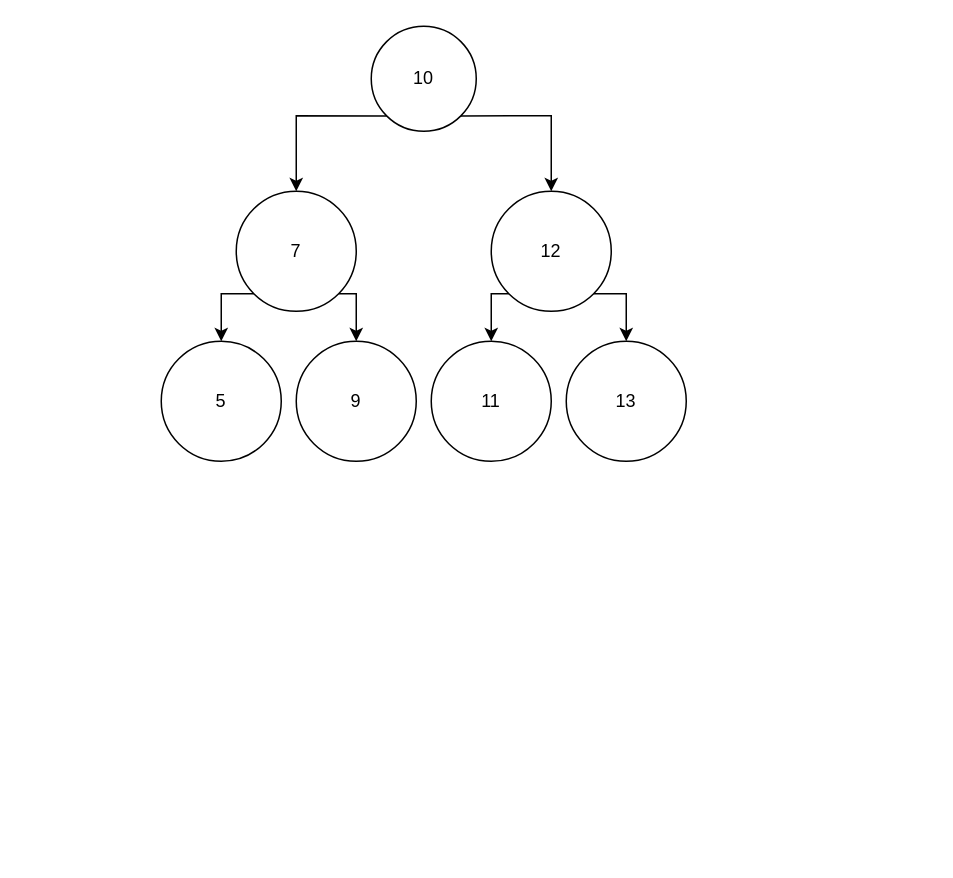
CinqueOrigin/chartBed keeps this draw.io diagram as img/tree.drawio. Above is the earlier version. Source tidied: cells renumbered, new cells numbered last; positions are measured from the earlier drawing's top-left corner, leaving out a move shared by most shapes. Both pictures are drawn from the tidied source at 150%, with x=0, y=0 at pixel (160, 26).
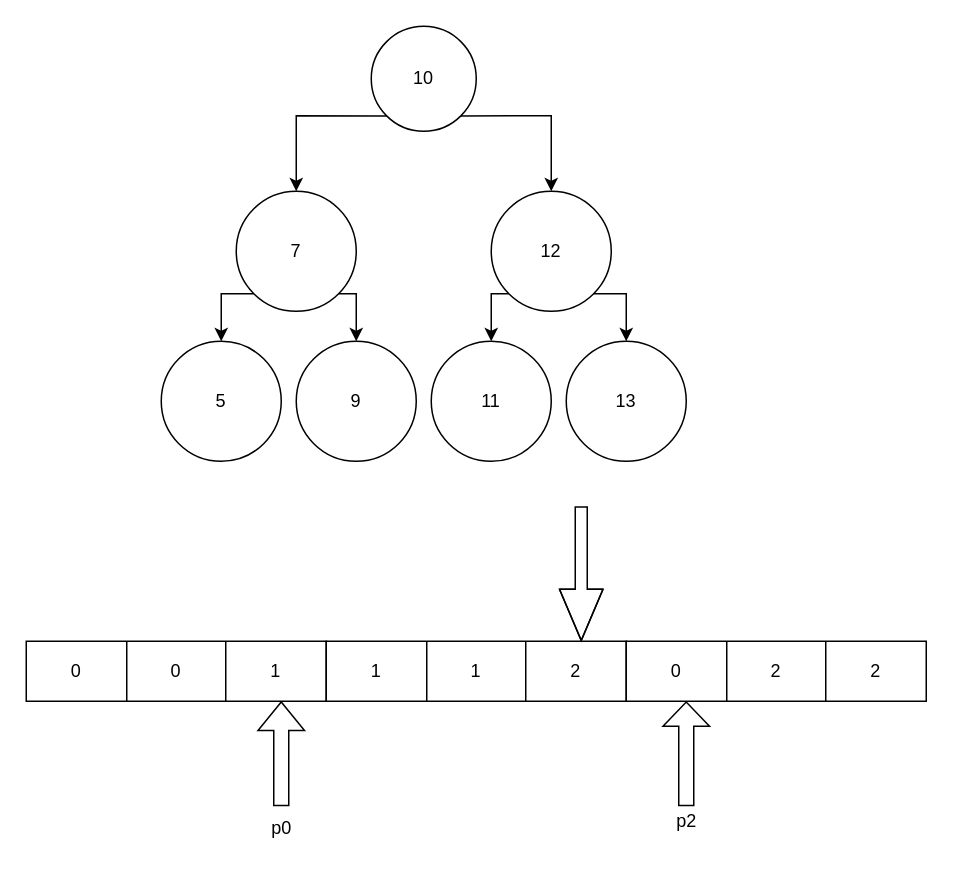
After the change.

The edit, as a diff of the source:
```diff
@@
+    <mxCell id="15" style="shape=table;html=1;whiteSpace=wrap;startSize=0;childLayout=tableLayout;" parent="1" vertex="1">
+      <mxGeometry x="-90" y="410" width="200" height="40" as="geometry" />
+    </mxCell>
+    <mxCell id="16" style="shape=tableRow;horizontal=0;startSize=0;swimlaneHead=0;swimlaneBody=0;top=0;left=0;bottom=0;right=0;fillColor=none;" parent="15" vertex="1">
+      <mxGeometry width="200" height="40" as="geometry" />
+    </mxCell>
+    <mxCell id="17" value="0" style="shape=partialRectangle;html=1;whiteSpace=wrap;fillColor=none;top=0;left=0;bottom=0;right=0;overflow=hidden;" parent="16" vertex="1">
+      <mxGeometry width="67" height="40" as="geometry" />
+    </mxCell>
+    <mxCell id="18" value="0" style="shape=partialRectangle;html=1;whiteSpace=wrap;fillColor=none;top=0;left=0;bottom=0;right=0;overflow=hidden;" parent="16" vertex="1">
+      <mxGeometry x="67" width="66" height="40" as="geometry" />
+    </mxCell>
+    <mxCell id="19" value="1" style="shape=partialRectangle;html=1;whiteSpace=wrap;fillColor=none;top=0;left=0;bottom=0;right=0;overflow=hidden;" parent="16" vertex="1">
+      <mxGeometry x="133" width="67" height="40" as="geometry" />
+    </mxCell>
+    <mxCell id="20" style="shape=table;html=1;whiteSpace=wrap;startSize=0;childLayout=tableLayout;" parent="1" vertex="1">
+      <mxGeometry x="110" y="410" width="200" height="40" as="geometry" />
+    </mxCell>
+    <mxCell id="21" style="shape=tableRow;horizontal=0;startSize=0;swimlaneHead=0;swimlaneBody=0;top=0;left=0;bottom=0;right=0;fillColor=none;" parent="20" vertex="1">
+      <mxGeometry width="200" height="40" as="geometry" />
+    </mxCell>
+    <mxCell id="22" value="1" style="shape=partialRectangle;html=1;whiteSpace=wrap;fillColor=none;top=0;left=0;bottom=0;right=0;overflow=hidden;" parent="21" vertex="1">
+      <mxGeometry width="67" height="40" as="geometry" />
+    </mxCell>
+    <mxCell id="23" value="1" style="shape=partialRectangle;html=1;whiteSpace=wrap;fillColor=none;top=0;left=0;bottom=0;right=0;overflow=hidden;" parent="21" vertex="1">
+      <mxGeometry x="67" width="66" height="40" as="geometry" />
+    </mxCell>
+    <mxCell id="24" value="2" style="shape=partialRectangle;html=1;whiteSpace=wrap;fillColor=none;top=0;left=0;bottom=0;right=0;overflow=hidden;" parent="21" vertex="1">
+      <mxGeometry x="133" width="67" height="40" as="geometry" />
+    </mxCell>
+    <mxCell id="25" style="shape=table;html=1;whiteSpace=wrap;startSize=0;childLayout=tableLayout;" parent="1" vertex="1">
+      <mxGeometry x="310" y="410" width="200" height="40" as="geometry" />
+    </mxCell>
+    <mxCell id="26" style="shape=tableRow;horizontal=0;startSize=0;swimlaneHead=0;swimlaneBody=0;top=0;left=0;bottom=0;right=0;fillColor=none;" parent="25" vertex="1">
+      <mxGeometry width="200" height="40" as="geometry" />
+    </mxCell>
+    <mxCell id="27" value="0" style="shape=partialRectangle;html=1;whiteSpace=wrap;fillColor=none;top=0;left=0;bottom=0;right=0;overflow=hidden;" parent="26" vertex="1">
+      <mxGeometry width="67" height="40" as="geometry" />
+    </mxCell>
+    <mxCell id="28" value="2" style="shape=partialRectangle;html=1;whiteSpace=wrap;fillColor=none;top=0;left=0;bottom=0;right=0;overflow=hidden;" parent="26" vertex="1">
+      <mxGeometry x="67" width="66" height="40" as="geometry" />
+    </mxCell>
+    <mxCell id="29" value="2" style="shape=partialRectangle;html=1;whiteSpace=wrap;fillColor=none;top=0;left=0;bottom=0;right=0;overflow=hidden;" parent="26" vertex="1">
+      <mxGeometry x="133" width="67" height="40" as="geometry" />
+    </mxCell>
+    <mxCell id="30" style="shape=flexArrow;endArrow=classic;html=1;rounded=0;width=8;endSize=11.07;" parent="1" edge="1">
+      <mxGeometry relative="1" as="geometry">
+        <mxPoint x="280" y="320" as="sourcePoint" />
+        <mxPoint x="280" y="410" as="targetPoint" />
+        <Array as="points">
+          <mxPoint x="280" y="360" />
+        </Array>
+      </mxGeometry>
+    </mxCell>
+    <mxCell id="31" style="group;" parent="1" vertex="1">
+      <mxGeometry x="60" y="450" width="40" height="100" as="geometry" />
+    </mxCell>
+    <mxCell id="32" style="shape=flexArrow;endArrow=classic;html=1;rounded=0;" parent="31" edge="1">
+      <mxGeometry relative="1" as="geometry">
+        <mxPoint x="20" y="70" as="sourcePoint" />
+        <mxPoint x="20" as="targetPoint" />
+      </mxGeometry>
+    </mxCell>
+    <mxCell id="33" value="p0&lt;br&gt;" style="text;html=1;align=center;verticalAlign=middle;strokeColor=none;fillColor=none;" parent="31" vertex="1">
+      <mxGeometry y="70" width="40" height="30" as="geometry" />
+    </mxCell>
+    <mxCell id="34" style="group;" parent="1" vertex="1">
+      <mxGeometry x="330" y="450" width="40" height="95" as="geometry" />
+    </mxCell>
+    <mxCell id="35" style="shape=flexArrow;endArrow=classic;html=1;rounded=0;width=10;endSize=5.07;" parent="34" edge="1">
+      <mxGeometry relative="1" as="geometry">
+        <mxPoint x="20" y="70" as="sourcePoint" />
+        <mxPoint x="20" as="targetPoint" />
+      </mxGeometry>
+    </mxCell>
+    <mxCell id="36" value="p2" style="text;html=1;align=center;verticalAlign=middle;strokeColor=none;fillColor=none;" parent="34" vertex="1">
+      <mxGeometry y="65" width="40" height="30" as="geometry" />
+    </mxCell>
```
